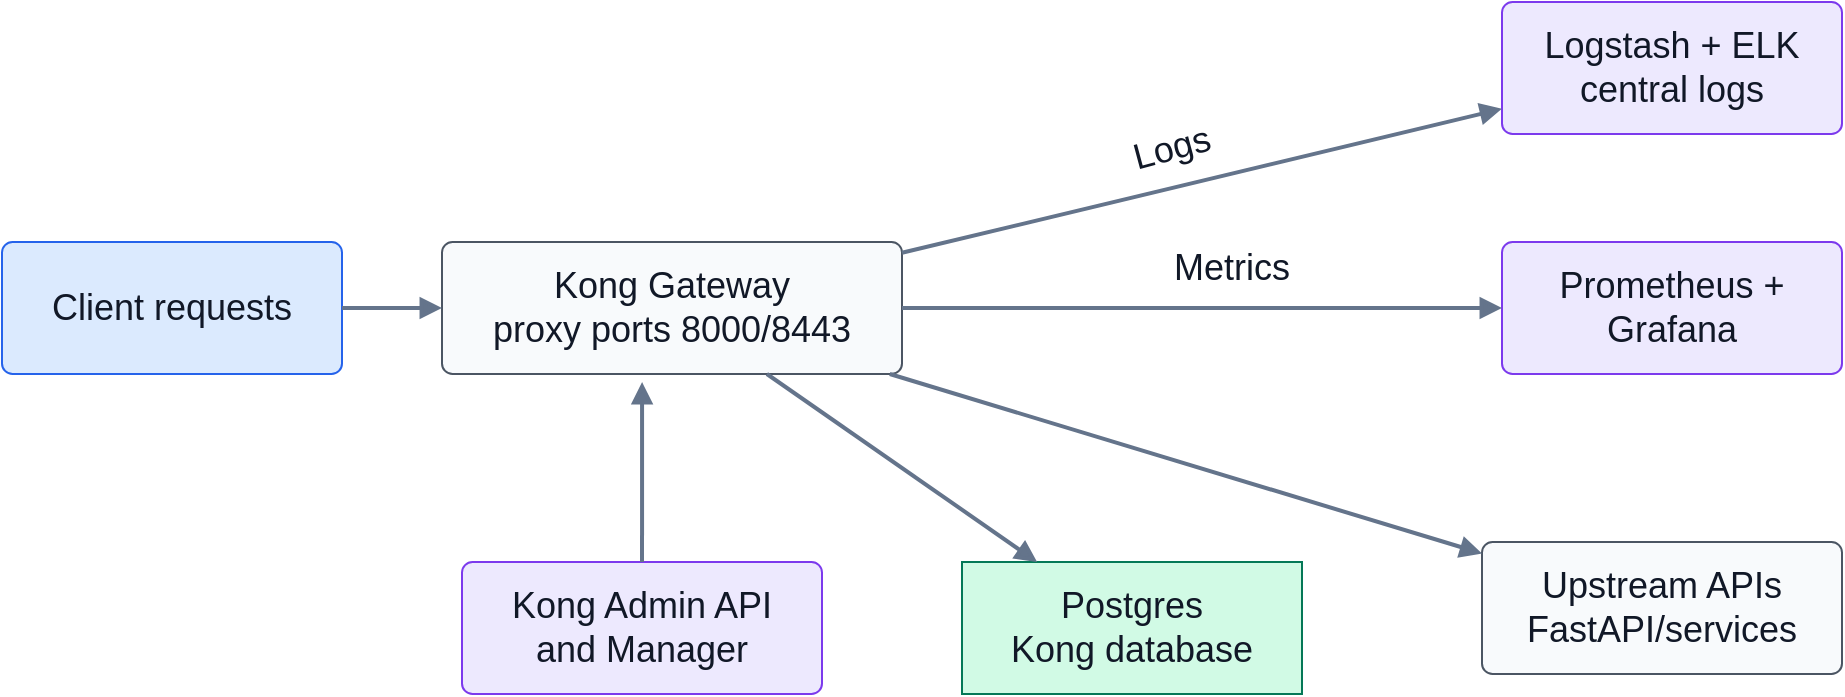
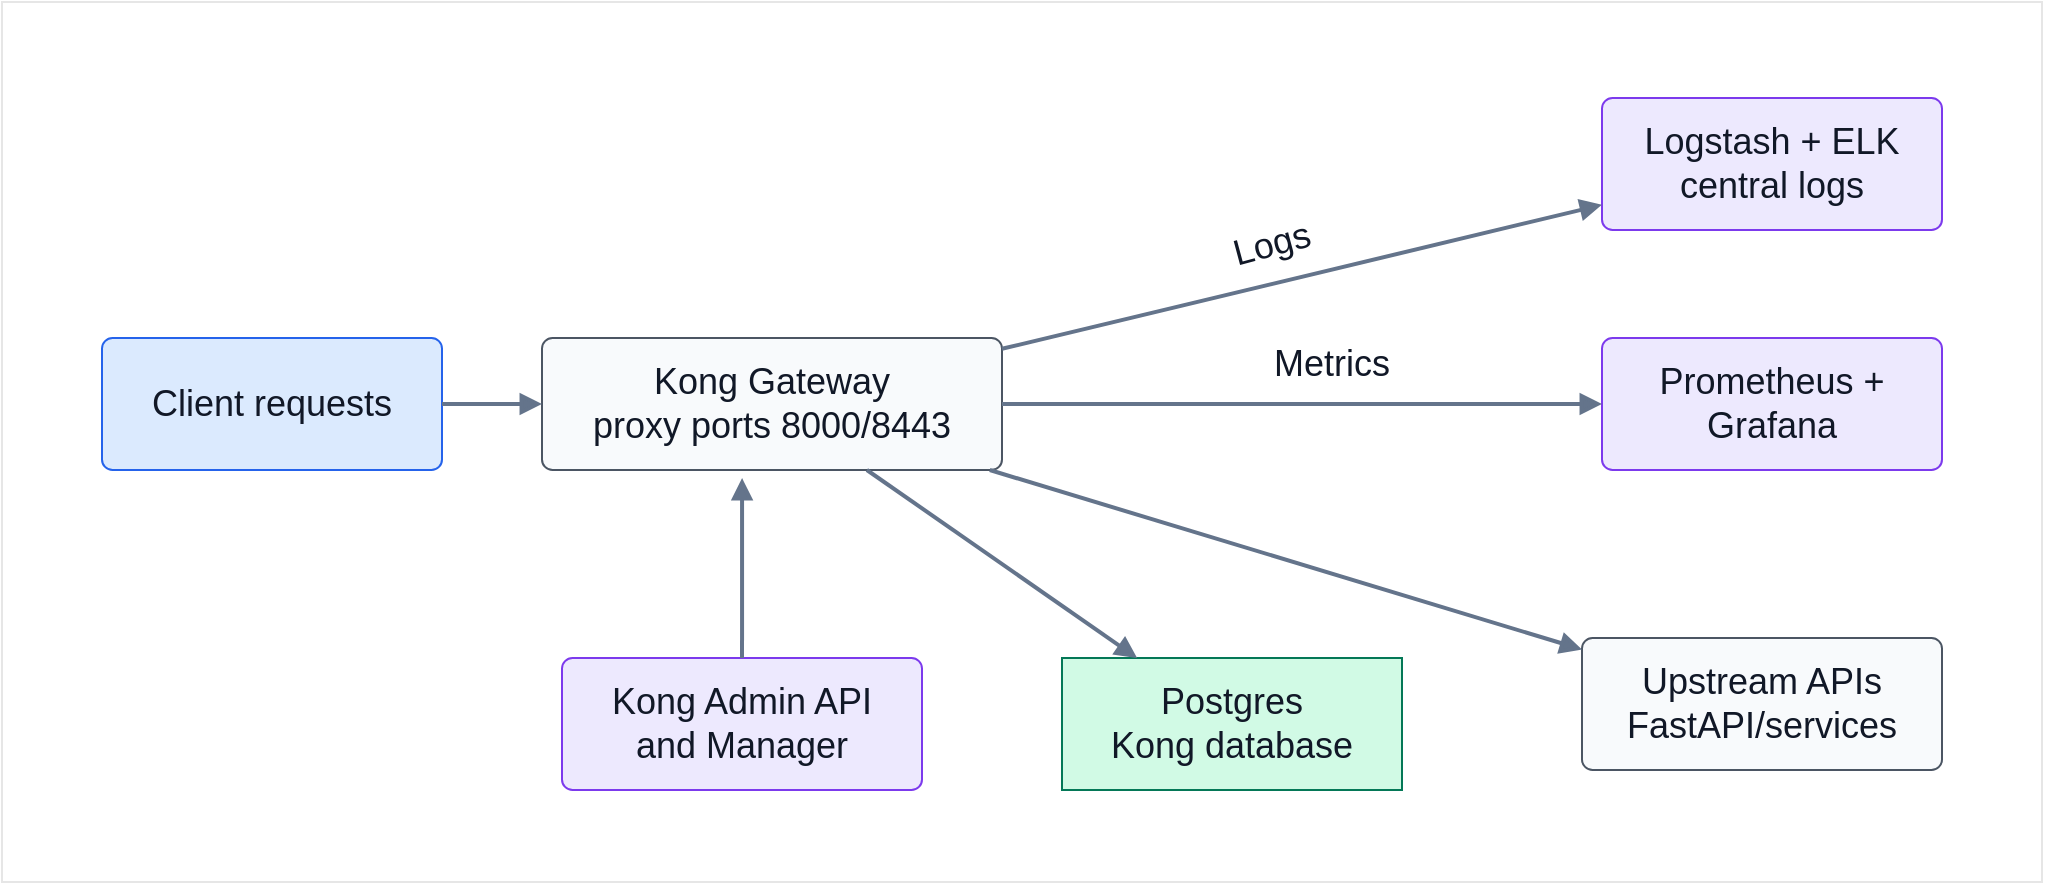
<mxfile host="Electron" agent="Mozilla/5.0 (Windows NT 10.0; Win64; x64) AppleWebKit/537.36 (KHTML, like Gecko) draw.io/29.5.2 Chrome/142.0.7444.265 Electron/39.6.1 Safari/537.36" version="29.5.2">
  <diagram id="kong-gateway-setup-with-docker-compose" name="Kong Gateway Setup with Docker Compose">
-     <mxGraphModel dx="2429" dy="766" grid="1" gridSize="10" guides="1" tooltips="1" connect="1" arrows="1" fold="1" page="1" pageScale="1" pageWidth="1120" pageHeight="520" math="0" shadow="0">
+     <mxGraphModel dx="2429" dy="1286" grid="1" gridSize="10" guides="1" tooltips="1" connect="1" arrows="1" fold="1" page="1" pageScale="1" pageWidth="1120" pageHeight="520" math="0" shadow="0">
      <root>
        <mxCell id="0" />
        <mxCell id="1" parent="0" />
+         <mxCell id="0ECvVOBk7Erubk-wnfbC-1" parent="1" style="rounded=0;whiteSpace=wrap;html=1;strokeColor=#E6E6E6;" value="" vertex="1">
+           <mxGeometry height="440" width="1020" x="-160" y="-8" as="geometry" />
+         </mxCell>
        <mxCell id="id2" parent="1" style="rounded=1;whiteSpace=wrap;html=1;arcSize=8;strokeColor=#2563eb;fillColor=#dbeafe;fontColor=#111827;fontSize=18;spacing=10;" value="Client requests" vertex="1">
-           <mxGeometry height="66" width="170" x="-110" y="180" as="geometry" />
+           <mxGeometry height="66" width="170" x="-110" y="160" as="geometry" />
        </mxCell>
        <mxCell id="id3" parent="1" style="rounded=1;whiteSpace=wrap;html=1;arcSize=8;strokeColor=#4b5563;fillColor=#f8fafc;fontColor=#111827;fontSize=18;spacing=10;" value="Kong Gateway&lt;br&gt;proxy ports 8000/8443" vertex="1">
-           <mxGeometry height="66" width="230" x="110" y="180" as="geometry" />
+           <mxGeometry height="66" width="230" x="110" y="160" as="geometry" />
        </mxCell>
        <mxCell id="id4" parent="1" style="rounded=1;whiteSpace=wrap;html=1;arcSize=8;strokeColor=#4b5563;fillColor=#f8fafc;fontColor=#111827;fontSize=18;spacing=10;" value="Upstream APIs&lt;br&gt;FastAPI/services" vertex="1">
-           <mxGeometry height="66" width="180" x="630" y="330" as="geometry" />
+           <mxGeometry height="66" width="180" x="630" y="310" as="geometry" />
        </mxCell>
        <mxCell id="id5" parent="1" style="rounded=1;whiteSpace=wrap;html=1;arcSize=8;strokeColor=#7c3aed;fillColor=#ede9fe;fontColor=#111827;fontSize=18;spacing=10;" value="Kong Admin API&lt;br&gt;and Manager" vertex="1">
-           <mxGeometry height="66" width="180" x="120" y="340" as="geometry" />
+           <mxGeometry height="66" width="180" x="120" y="320" as="geometry" />
        </mxCell>
        <mxCell id="id6" parent="1" style="shape=cylinder3d;whiteSpace=wrap;html=1;boundedLbl=1;backgroundOutline=1;size=15;strokeColor=#047857;fillColor=#d1fae5;fontColor=#111827;fontSize=18;spacing=10;" value="Postgres&lt;br&gt;Kong database" vertex="1">
-           <mxGeometry height="66" width="170" x="370" y="340" as="geometry" />
+           <mxGeometry height="66" width="170" x="370" y="320" as="geometry" />
        </mxCell>
        <mxCell id="id7" parent="1" style="rounded=1;whiteSpace=wrap;html=1;arcSize=8;strokeColor=#7c3aed;fillColor=#ede9fe;fontColor=#111827;fontSize=18;spacing=10;" value="Prometheus +&lt;br&gt;Grafana" vertex="1">
-           <mxGeometry height="66" width="170" x="640" y="180" as="geometry" />
+           <mxGeometry height="66" width="170" x="640" y="160" as="geometry" />
        </mxCell>
        <mxCell id="id8" parent="1" style="rounded=1;whiteSpace=wrap;html=1;arcSize=8;strokeColor=#7c3aed;fillColor=#ede9fe;fontColor=#111827;fontSize=18;spacing=10;" value="Logstash + ELK&lt;br&gt;central logs" vertex="1">
-           <mxGeometry height="66" width="170" x="640" y="60" as="geometry" />
+           <mxGeometry height="66" width="170" x="640" y="40" as="geometry" />
        </mxCell>
        <mxCell id="id9" edge="1" parent="1" source="id2" style="endArrow=block;html=1;rounded=0;strokeWidth=2;strokeColor=#64748b;fontColor=#475569;fontSize=11;" target="id3" value="">
          <mxGeometry relative="1" as="geometry" />
        </mxCell>
        <mxCell id="id10" edge="1" parent="1" source="id3" style="endArrow=block;html=1;rounded=0;strokeWidth=2;strokeColor=#64748b;fontColor=#475569;fontSize=11;" target="id4" value="">
          <mxGeometry relative="1" as="geometry" />
        </mxCell>
        <mxCell id="id11" edge="1" parent="1" source="id5" style="endArrow=block;html=1;rounded=0;strokeWidth=2;strokeColor=#64748b;fontColor=#475569;fontSize=11;entryX=0.435;entryY=1.061;entryDx=0;entryDy=0;entryPerimeter=0;" target="id3" value="">
          <mxGeometry relative="1" as="geometry" />
        </mxCell>
        <mxCell id="id12" edge="1" parent="1" source="id3" style="endArrow=block;html=1;rounded=0;strokeWidth=2;strokeColor=#64748b;fontColor=#475569;fontSize=11;" target="id6" value="">
          <mxGeometry relative="1" as="geometry" />
        </mxCell>
        <mxCell id="id13" edge="1" parent="1" source="id3" style="endArrow=block;html=1;rounded=0;strokeWidth=2;strokeColor=#64748b;fontColor=#475569;fontSize=11;" target="id7" value="">
          <mxGeometry relative="1" as="geometry" />
        </mxCell>
        <mxCell id="id14" edge="1" parent="1" source="id3" style="endArrow=block;html=1;rounded=0;strokeWidth=2;strokeColor=#64748b;fontColor=#475569;fontSize=11;" target="id8" value="">
          <mxGeometry relative="1" as="geometry">
            <Array as="points" />
          </mxGeometry>
        </mxCell>
        <mxCell id="4fXASk_jL4XQ3RwxnjnX-1" parent="1" style="rounded=1;whiteSpace=wrap;html=1;arcSize=8;strokeColor=none;fillColor=none;fontColor=#111827;fontSize=18;spacing=10;rotation=-15;" value="Logs" vertex="1">
-           <mxGeometry height="66" width="170" x="390" y="100" as="geometry" />
+           <mxGeometry height="66" width="170" x="390" y="80" as="geometry" />
        </mxCell>
        <mxCell id="4fXASk_jL4XQ3RwxnjnX-2" parent="1" style="rounded=1;whiteSpace=wrap;html=1;arcSize=8;strokeColor=none;fillColor=none;fontColor=#111827;fontSize=18;spacing=10;rotation=0;" value="Metrics" vertex="1">
-           <mxGeometry height="66" width="170" x="420.00472372295394" y="159.9951711012535" as="geometry" />
+           <mxGeometry height="66" width="170" x="420.00472372295394" y="139.9951711012535" as="geometry" />
        </mxCell>
      </root>
    </mxGraphModel>
  </diagram>
</mxfile>
